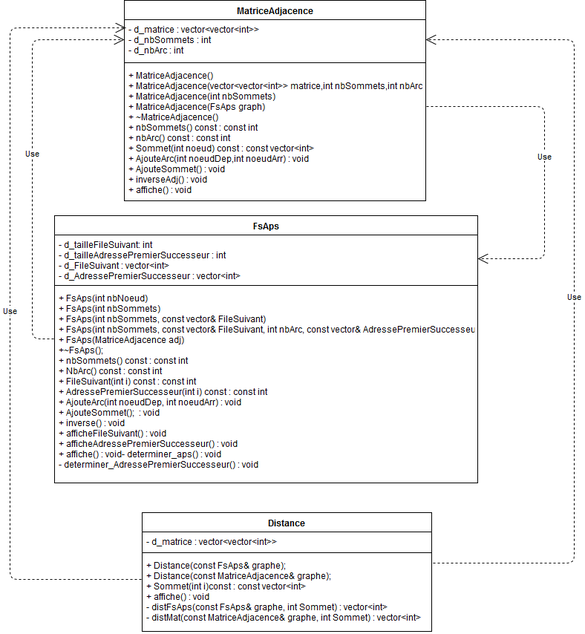
Earlier version of the draw.io export Graphe.png (Capablanca4/Gestion_Graphe). Source tidied: cells renumbered, new cells last; positions are measured from the earlier drawing's top-left corner, leaving out a move shared by most shapes.
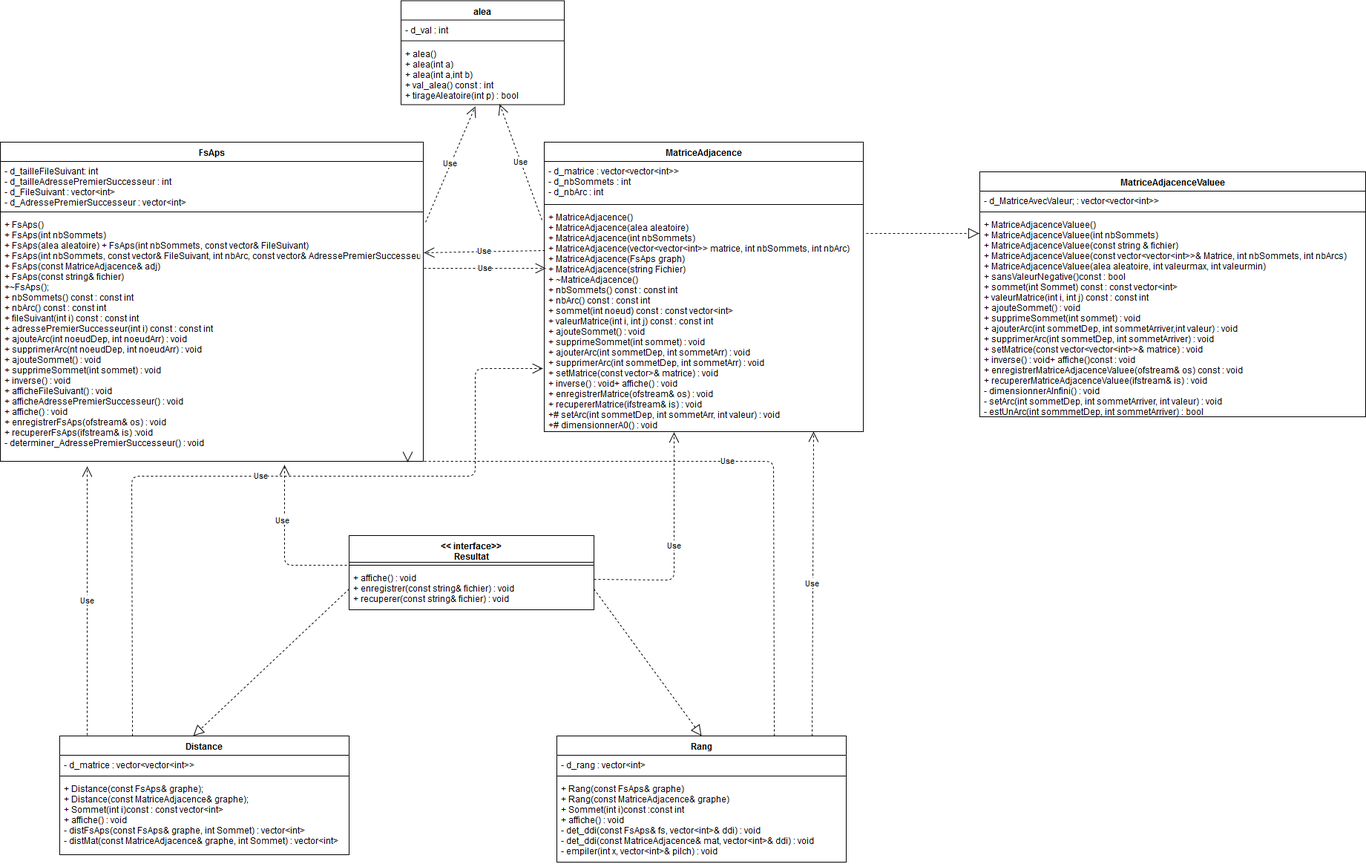
Above is the later version.

Commit message:
Ajout changement UML

Change to the diagram source:
```diff
@@ -3,19 +3,19 @@
     <mxCell id="0" />
     <mxCell id="1" parent="0" />
     <mxCell id="2" value="MatriceAdjacence" style="swimlane;fontStyle=1;align=center;verticalAlign=top;horizontal=1;startSize=26;" parent="1" vertex="1">
-      <mxGeometry x="154" width="406" height="270" as="geometry" />
+      <mxGeometry x="793" y="-30" width="430" height="390" as="geometry" />
     </mxCell>
     <mxCell id="3" value="- d_matrice : vector&lt;vector&lt;int&gt;&gt;&#10;- d_nbSommets : int&#10;- d_nbArc : int&#10;" style="text;strokeColor=none;fillColor=none;align=left;verticalAlign=top;spacingLeft=4;spacingRight=4;overflow=hidden;points=[[0,0.5],[1,0.5]];portConstraint=eastwest;" parent="2" vertex="1">
-      <mxGeometry y="26" width="406" height="54" as="geometry" />
+      <mxGeometry y="26" width="430" height="54" as="geometry" />
     </mxCell>
     <mxCell id="4" style="line;strokeWidth=1;fillColor=none;align=left;verticalAlign=middle;spacingTop=-1;spacingLeft=3;spacingRight=3;labelPosition=right;" parent="2" vertex="1">
-      <mxGeometry y="80" width="406" height="8" as="geometry" />
+      <mxGeometry y="80" width="430" height="8" as="geometry" />
     </mxCell>
-    <mxCell id="5" value="+ MatriceAdjacence()&#10;+ MatriceAdjacence(vector&lt;vector&lt;int&gt;&gt; matrice,int nbSommets,int nbArc)&#10;+ MatriceAdjacence(int nbSommets)&#10;+ MatriceAdjacence(FsAps graph)&#10;+ ~MatriceAdjacence()&#10;+ nbSommets() const :  const int&#10;+ nbArc() const : const int &#10;+ Sommet(int noeud) const : const vector&lt;int&gt;&#10;+ AjouteArc(int noeudDep,int noeudArr) : void&#10;+ AjouteSommet() : void&#10;+ inverseAdj() : void&#10;+ affiche() : void" style="text;strokeColor=none;fillColor=none;align=left;verticalAlign=top;spacingLeft=4;spacingRight=4;overflow=hidden;points=[[0,0.5],[1,0.5]];portConstraint=eastwest;" parent="2" vertex="1">
-      <mxGeometry y="88" width="406" height="182" as="geometry" />
+    <mxCell id="5" value="+ MatriceAdjacence()&#10;+ MatriceAdjacence(alea aleatoire)&#10;+ MatriceAdjacence(int nbSommets)&#10;+ MatriceAdjacence(vector&lt;vector&lt;int&gt;&gt; matrice, int nbSommets, int nbArc)&#10;+ MatriceAdjacence(FsAps graph)&#10;+ MatriceAdjacence(string Fichier)&#10;+ ~MatriceAdjacence()&#10;+ nbSommets() const :  const int&#10;+ nbArc() const : const int &#10;+ sommet(int noeud) const : const vector&lt;int&gt;&#10;+ valeurMatrice(int i, int j) const : const int&#10;+ ajouteSommet() : void&#10; + supprimeSommet(int sommet) : void &#10;+ ajouterArc(int sommetDep, int sommetArr) : void&#10;+ supprimerArc(int sommetDep, int sommetArr) : void&#10;+ setMatrice(const vector&gt;&amp; matrice) : void&#10;+ inverse() : void+ affiche() : void&#10;+ enregistrerMatrice(ofstream&amp; os) : void&#10;+ recupererMatrice(ifstream&amp; is) : void&#10;+# setArc(int sommetDep, int sommetArr, int valeur) : void&#10;+# dimensionnerA0() : void&#10;" style="text;strokeColor=none;fillColor=none;align=left;verticalAlign=top;spacingLeft=4;spacingRight=4;overflow=hidden;points=[[0,0.5],[1,0.5]];portConstraint=eastwest;" parent="2" vertex="1">
+      <mxGeometry y="88" width="430" height="302" as="geometry" />
     </mxCell>
     <mxCell id="6" value="FsAps" style="swimlane;fontStyle=1;align=center;verticalAlign=top;horizontal=1;startSize=26;" parent="1" vertex="1">
-      <mxGeometry x="60" y="290" width="570" height="360" as="geometry" />
+      <mxGeometry x="60" y="-30" width="570" height="430" as="geometry" />
     </mxCell>
     <mxCell id="7" value="- d_tailleFileSuivant: int&#10;- d_tailleAdressePremierSuccesseur : int&#10;- d_FileSuivant : vector&lt;int&gt;&#10;- d_AdressePremierSuccesseur : vector&lt;int&gt;" style="text;strokeColor=none;fillColor=none;align=left;verticalAlign=top;spacingLeft=4;spacingRight=4;overflow=hidden;points=[[0,0.5],[1,0.5]];portConstraint=eastwest;" parent="6" vertex="1">
       <mxGeometry y="26" width="570" height="64" as="geometry" />
@@ -23,11 +23,11 @@
     <mxCell id="8" style="line;strokeWidth=1;fillColor=none;align=left;verticalAlign=middle;spacingTop=-1;spacingLeft=3;spacingRight=3;labelPosition=right;" parent="6" vertex="1">
       <mxGeometry y="90" width="570" height="8" as="geometry" />
     </mxCell>
-    <mxCell id="9" value="+ FsAps(int nbNoeud)&#10;+ FsAps(int nbSommets)       &#10; + FsAps(int nbSommets, const vector&amp; FileSuivant)        &#10;+ FsAps(int nbSommets, const vector&amp; FileSuivant, int nbArc, const vector&amp; AdressePremierSuccesseur)        &#10;+ FsAps(MatriceAdjacence adj)        &#10;+~FsAps();     &#10;+ nbSommets() const : const int&#10; + NbArc() const : const int&#10;+ FileSuivant(int i) const : const int &#10;+ AdressePremierSuccesseur(int i) const : const int&#10;+ AjouteArc(int noeudDep, int noeudArr) : void&#10;+ AjouteSommet();  : void&#10;+ inverse() : void&#10;+ afficheFileSuivant() : void&#10;+ afficheAdressePremierSuccesseur() : void&#10;+ affiche() : void- determiner_aps() :  void&#10;- determiner_AdressePremierSuccesseur() : void&#10;" style="text;strokeColor=none;fillColor=none;align=left;verticalAlign=top;spacingLeft=4;spacingRight=4;overflow=hidden;points=[[0,0.5],[1,0.5]];portConstraint=eastwest;" parent="6" vertex="1">
-      <mxGeometry y="98" width="570" height="262" as="geometry" />
+    <mxCell id="9" value="+ FsAps()&#10;+ FsAps(int nbSommets)&#10;+ FsAps(alea aleatoire) + FsAps(int nbSommets, const vector&amp; FileSuivant)        &#10;+ FsAps(int nbSommets, const vector&amp; FileSuivant, int nbArc, const vector&amp; AdressePremierSuccesseur)        &#10;+ FsAps(const MatriceAdjacence&amp; adj)&#10;+ FsAps(const string&amp; fichier)&#10;+~FsAps();     &#10;+ nbSommets() const : const int&#10;+ nbArc() const : const int&#10;+ fileSuivant(int i) const : const int &#10;+ adressePremierSuccesseur(int i) const : const int&#10;+ ajouteArc(int noeudDep, int noeudArr) : void&#10;+ supprimerArc(nt noeudDep, int noeudArr) : void&#10;+ ajouteSommet() : void&#10;+ supprimeSommet(int sommet) : void&#10;+ inverse() : void&#10;+ afficheFileSuivant() : void&#10;+ afficheAdressePremierSuccesseur() : void&#10;+ affiche() : void&#10;+ enregistrerFsAps(ofstream&amp; os) : void&#10;+ recupererFsAps(ifstream&amp; is) :void &#10;- determiner_AdressePremierSuccesseur() : void&#10;" style="text;strokeColor=none;fillColor=none;align=left;verticalAlign=top;spacingLeft=4;spacingRight=4;overflow=hidden;points=[[0,0.5],[1,0.5]];portConstraint=eastwest;" parent="6" vertex="1">
+      <mxGeometry y="98" width="570" height="332" as="geometry" />
     </mxCell>
     <mxCell id="10" value="Distance" style="swimlane;fontStyle=1;align=center;verticalAlign=top;horizontal=1;startSize=26;" parent="1" vertex="1">
-      <mxGeometry x="178" y="690" width="390" height="160" as="geometry" />
+      <mxGeometry x="140" y="770" width="390" height="160" as="geometry" />
     </mxCell>
     <mxCell id="11" value="- d_matrice : vector&lt;vector&lt;int&gt;&gt;&#10;&#10;" style="text;strokeColor=none;fillColor=none;align=left;verticalAlign=top;spacingLeft=4;spacingRight=4;overflow=hidden;" parent="10" vertex="1">
       <mxGeometry y="26" width="390" height="24" as="geometry" />
@@ -38,38 +38,114 @@
     <mxCell id="13" value="+ Distance(const FsAps&amp; graphe);&#10;+ Distance(const MatriceAdjacence&amp; graphe);&#10;+ Sommet(int i)const : const vector&lt;int&gt;&#10;+ affiche() : void &#10;- distFsAps(const FsAps&amp; graphe, int Sommet) : vector&lt;int&gt;&#10;- distMat(const MatriceAdjacence&amp; graphe, int Sommet) : vector&lt;int&gt;" style="text;strokeColor=none;fillColor=none;align=left;verticalAlign=top;spacingLeft=4;spacingRight=4;overflow=hidden;points=[[0,0.5],[1,0.5]];portConstraint=eastwest;" parent="10" vertex="1">
       <mxGeometry y="58" width="390" height="102" as="geometry" />
     </mxCell>
-    <mxCell id="14" value="Use" style="endArrow=open;endSize=12;dashed=1;html=1;exitX=1.002;exitY=0.302;exitDx=0;exitDy=0;exitPerimeter=0;entryX=1;entryY=0.5;entryDx=0;entryDy=0;" parent="1" edge="1" source="5" target="7">
-      <mxGeometry relative="1" as="geometry">
-        <Array as="points">
-          <mxPoint x="720" y="143" />
-          <mxPoint x="720" y="348" />
-        </Array>
-      </mxGeometry>
-    </mxCell>
-    <mxCell id="15" value="Use" style="endArrow=open;endSize=12;dashed=1;html=1;entryX=0;entryY=0.5;entryDx=0;entryDy=0;exitX=-0.002;exitY=0.26;exitDx=0;exitDy=0;exitPerimeter=0;" parent="1" edge="1" source="9" target="3">
-      <mxGeometry relative="1" as="geometry">
-        <Array as="points">
-          <mxPoint x="30" y="456" />
-          <mxPoint x="30" y="53" />
-        </Array>
-      </mxGeometry>
-    </mxCell>
-    <mxCell id="16" value="Use" style="endArrow=open;endSize=12;dashed=1;html=1;exitX=1.005;exitY=0.098;exitDx=0;exitDy=0;exitPerimeter=0;entryX=1;entryY=0.5;entryDx=0;entryDy=0;" parent="1" edge="1" source="13" target="3">
-      <mxGeometry relative="1" as="geometry">
-        <Array as="points">
-          <mxPoint x="760" y="758" />
-          <mxPoint x="760" y="53" />
-        </Array>
-      </mxGeometry>
-    </mxCell>
-    <mxCell id="17" value="Use" style="endArrow=open;endSize=12;dashed=1;html=1;entryX=0.005;entryY=0.204;entryDx=0;entryDy=0;entryPerimeter=0;" parent="1" edge="1" target="3">
-      <mxGeometry relative="1" as="geometry">
-        <mxPoint x="177" y="780" as="sourcePoint" />
-        <Array as="points">
-          <mxPoint y="780" />
-          <mxPoint y="37" />
-        </Array>
-      </mxGeometry>
-    </mxCell>
+    <mxCell id="18" value="Rang" style="swimlane;fontStyle=1;align=center;verticalAlign=top;horizontal=1;startSize=26;" parent="1" vertex="1">
+      <mxGeometry x="810" y="770" width="390" height="170" as="geometry" />
+    </mxCell>
+    <mxCell id="19" value="- d_rang : vector&lt;int&gt;" style="text;strokeColor=none;fillColor=none;align=left;verticalAlign=top;spacingLeft=4;spacingRight=4;overflow=hidden;" parent="18" vertex="1">
+      <mxGeometry y="26" width="390" height="24" as="geometry" />
+    </mxCell>
+    <mxCell id="20" style="line;strokeWidth=1;fillColor=none;align=left;verticalAlign=middle;spacingTop=-1;spacingLeft=3;spacingRight=3;labelPosition=right;" parent="18" vertex="1">
+      <mxGeometry y="50" width="390" height="8" as="geometry" />
+    </mxCell>
+    <mxCell id="21" value="+ Rang(const FsAps&amp; graphe)&#10;+ Rang(const MatriceAdjacence&amp; graphe)&#10;+ Sommet(int i)const :const int&#10;+ affiche() : void&#10;- det_ddi(const FsAps&amp; fs, vector&lt;int&gt;&amp; ddi) : void&#10;- det_ddi(const MatriceAdjacence&amp; mat, vector&lt;int&gt;&amp; ddi) : void&#10;- empiler(int x, vector&lt;int&gt;&amp; pilch) : void &#10;" style="text;strokeColor=none;fillColor=none;align=left;verticalAlign=top;spacingLeft=4;spacingRight=4;overflow=hidden;" parent="18" vertex="1">
+      <mxGeometry y="58" width="390" height="112" as="geometry" />
+    </mxCell>
+    <mxCell id="22" value="alea" style="swimlane;fontStyle=1;align=center;verticalAlign=top;horizontal=1;startSize=26;" parent="1" vertex="1">
+      <mxGeometry x="600" y="-220.5" width="220" height="140" as="geometry" />
+    </mxCell>
+    <mxCell id="23" value="- d_val : int&#10;&#10;" style="text;strokeColor=none;fillColor=none;align=left;verticalAlign=top;spacingLeft=4;spacingRight=4;overflow=hidden;" parent="22" vertex="1">
+      <mxGeometry y="26" width="220" height="24" as="geometry" />
+    </mxCell>
+    <mxCell id="24" style="line;strokeWidth=1;fillColor=none;align=left;verticalAlign=middle;spacingTop=-1;spacingLeft=3;spacingRight=3;labelPosition=right;" parent="22" vertex="1">
+      <mxGeometry y="50" width="220" height="8" as="geometry" />
+    </mxCell>
+    <mxCell id="25" value="+ alea()&#10;+ alea(int a)&#10;+ alea(int a,int b)&#10;+ val_alea() const : int&#10;+ tirageAleatoire(int p) : bool" style="text;strokeColor=none;fillColor=none;align=left;verticalAlign=top;spacingLeft=4;spacingRight=4;overflow=hidden;points=[[0,0.5],[1,0.5]];portConstraint=eastwest;" parent="22" vertex="1">
+      <mxGeometry y="58" width="220" height="82" as="geometry" />
+    </mxCell>
+    <mxCell id="26" value="&lt;&lt; interface&gt;&gt;&#10;Resultat&#10;" style="swimlane;fontStyle=1;align=center;verticalAlign=top;horizontal=1;startSize=36;" parent="1" vertex="1">
+      <mxGeometry x="530" y="500" width="330" height="100" as="geometry" />
+    </mxCell>
+    <mxCell id="27" style="line;strokeWidth=1;fillColor=none;align=left;verticalAlign=middle;spacingTop=-1;spacingLeft=3;spacingRight=3;labelPosition=right;" parent="26" vertex="1">
+      <mxGeometry y="36" width="330" height="8" as="geometry" />
+    </mxCell>
+    <mxCell id="28" value="+ affiche() : void&#10;+ enregistrer(const string&amp; fichier) : void&#10;+ recuperer(const string&amp; fichier) : void" style="text;strokeColor=none;fillColor=none;align=left;verticalAlign=top;spacingLeft=4;spacingRight=4;overflow=hidden;points=[[0,0.5],[1,0.5]];portConstraint=eastwest;" parent="26" vertex="1">
+      <mxGeometry y="44" width="330" height="56" as="geometry" />
+    </mxCell>
+    <mxCell id="29" value="Use" style="endArrow=open;endSize=12;dashed=1;html=1;entryX=-0.005;entryY=0.717;entryDx=0;entryDy=0;entryPerimeter=0;exitX=0.25;exitY=0;exitDx=0;exitDy=0;" parent="1" edge="1" source="10" target="5">
+      <mxGeometry relative="1" as="geometry">
+        <Array as="points">
+          <mxPoint x="237" y="420" />
+          <mxPoint x="700" y="420" />
+          <mxPoint x="700" y="275" />
+        </Array>
+      </mxGeometry>
+    </mxCell>
+    <mxCell id="30" style="endArrow=block;dashed=1;endFill=0;endSize=12;html=1;exitX=0;exitY=0.5;exitDx=0;exitDy=0;entryX=0.462;entryY=0;entryDx=0;entryDy=0;entryPerimeter=0;" parent="1" edge="1" source="28" target="10">
+      <mxGeometry relative="1" as="geometry" />
+    </mxCell>
+    <mxCell id="31" style="endArrow=block;dashed=1;endFill=0;endSize=12;html=1;exitX=1;exitY=0.5;exitDx=0;exitDy=0;entryX=0.5;entryY=0;entryDx=0;entryDy=0;" parent="1" edge="1" source="28" target="18">
+      <mxGeometry relative="1" as="geometry" />
+    </mxCell>
+    <mxCell id="32" value="Use" style="endArrow=open;endSize=12;dashed=1;html=1;" parent="1" edge="1">
+      <mxGeometry relative="1" as="geometry">
+        <mxPoint x="631" y="140" as="sourcePoint" />
+        <mxPoint x="795" y="140" as="targetPoint" />
+      </mxGeometry>
+    </mxCell>
+    <mxCell id="33" value="Use" style="endArrow=open;endSize=12;dashed=1;html=1;exitX=0.002;exitY=0.192;exitDx=0;exitDy=0;exitPerimeter=0;entryX=1.002;entryY=0.154;entryDx=0;entryDy=0;entryPerimeter=0;" parent="1" edge="1" source="5" target="9">
+      <mxGeometry relative="1" as="geometry" />
+    </mxCell>
+    <mxCell id="34" value="Use" style="endArrow=open;endSize=12;dashed=1;html=1;exitX=0.881;exitY=0.002;exitDx=0;exitDy=0;exitPerimeter=0;entryX=0.844;entryY=1;entryDx=0;entryDy=0;entryPerimeter=0;" parent="1" edge="1" source="18" target="5">
+      <mxGeometry relative="1" as="geometry" />
+    </mxCell>
+    <mxCell id="35" value="Use" style="endArrow=open;endSize=12;dashed=1;html=1;exitX=-0.007;exitY=0.056;exitDx=0;exitDy=0;exitPerimeter=0;entryX=0.605;entryY=0.994;entryDx=0;entryDy=0;entryPerimeter=0;" parent="1" edge="1" source="5" target="25">
+      <mxGeometry relative="1" as="geometry" />
+    </mxCell>
+    <mxCell id="36" value="Use" style="endArrow=open;endSize=12;dashed=1;html=1;exitX=0.75;exitY=0;exitDx=0;exitDy=0;entryX=0.963;entryY=1.004;entryDx=0;entryDy=0;entryPerimeter=0;" parent="1" edge="1" source="18" target="9">
+      <mxGeometry relative="1" as="geometry">
+        <Array as="points">
+          <mxPoint x="1102" y="400" />
+          <mxPoint x="609" y="400" />
+        </Array>
+      </mxGeometry>
+    </mxCell>
+    <mxCell id="37" value="Use" style="endArrow=open;endSize=12;dashed=1;html=1;entryX=0.672;entryY=1.014;entryDx=0;entryDy=0;entryPerimeter=0;" parent="1" edge="1" target="9">
+      <mxGeometry x="0.31" y="3" relative="1" as="geometry">
+        <mxPoint x="527" y="540" as="sourcePoint" />
+        <Array as="points">
+          <mxPoint x="443" y="540" />
+        </Array>
+      </mxGeometry>
+    </mxCell>
+    <mxCell id="38" value="Use" style="endArrow=open;endSize=12;dashed=1;html=1;exitX=0.999;exitY=0.269;exitDx=0;exitDy=0;exitPerimeter=0;entryX=0.407;entryY=1.003;entryDx=0;entryDy=0;entryPerimeter=0;" parent="1" edge="1" source="28" target="5">
+      <mxGeometry relative="1" as="geometry">
+        <Array as="points">
+          <mxPoint x="968" y="560" />
+        </Array>
+      </mxGeometry>
+    </mxCell>
+    <mxCell id="39" value="Use" style="endArrow=open;endSize=12;dashed=1;html=1;exitX=0.095;exitY=-0.005;exitDx=0;exitDy=0;exitPerimeter=0;entryX=0.206;entryY=1.021;entryDx=0;entryDy=0;entryPerimeter=0;" parent="1" edge="1" source="10" target="9">
+      <mxGeometry relative="1" as="geometry" />
+    </mxCell>
+    <mxCell id="40" value="Use" style="endArrow=open;endSize=12;dashed=1;html=1;entryX=0.455;entryY=1.03;entryDx=0;entryDy=0;entryPerimeter=0;exitX=1.005;exitY=0.03;exitDx=0;exitDy=0;exitPerimeter=0;" parent="1" edge="1" source="9" target="25">
+      <mxGeometry relative="1" as="geometry" />
+    </mxCell>
+    <mxCell id="41" value="MatriceAdjacenceValuee" style="swimlane;fontStyle=1;align=center;verticalAlign=top;horizontal=1;startSize=26;" parent="1" vertex="1">
+      <mxGeometry x="1380" y="10" width="520" height="330" as="geometry" />
+    </mxCell>
+    <mxCell id="42" value="- d_MatriceAvecValeur; : vector&lt;vector&lt;int&gt;&gt;&#10;" style="text;strokeColor=none;fillColor=none;align=left;verticalAlign=top;spacingLeft=4;spacingRight=4;overflow=hidden;" parent="41" vertex="1">
+      <mxGeometry y="26" width="520" height="24" as="geometry" />
+    </mxCell>
+    <mxCell id="43" style="line;strokeWidth=1;fillColor=none;align=left;verticalAlign=middle;spacingTop=-1;spacingLeft=3;spacingRight=3;labelPosition=right;" parent="41" vertex="1">
+      <mxGeometry y="50" width="520" height="8" as="geometry" />
+    </mxCell>
+    <mxCell id="44" value="+ MatriceAdjacenceValuee()&#10;+ MatriceAdjacenceValuee(int nbSommets)&#10;+ MatriceAdjacenceValuee(const string &amp; fichier)&#10;+ MatriceAdjacenceValuee(const vector&lt;vector&lt;int&gt;&gt;&amp; Matrice, int nbSommets, int nbArcs)&#10;+ MatriceAdjacenceValuee(alea aleatoire, int valeurmax, int valeurmin)&#10;+ sansValeurNegative()const : bool&#10;+ sommet(int Sommet) const : const vector&lt;int&gt;&#10;+ valeurMatrice(int i, int j) const : const int&#10;+ ajouteSommet() : void&#10;+ supprimeSommet(int sommet) : void&#10;+ ajouterArc(int sommetDep, int sommetArriver,int valeur) : void&#10;+ supprimerArc(int sommetDep, int sommetArriver) : void&#10;+ setMatrice(const vector&lt;vector&lt;int&gt;&gt;&amp; matrice) : void&#10;+ inverse() : void+ affiche()const : void&#10;+ enregistrerMatriceAdjacenceValuee(ofstream&amp; os) const : void&#10;+ recupererMatriceAdjacenceValuee(ifstream&amp; is) : void&#10;- dimensionnerAInfini() : void&#10;- setArc(int sommetDep, int sommetArriver, int valeur) : void&#10;- estUnArc(int sommmetDep, int sommetArriver) : bool" style="text;strokeColor=none;fillColor=none;align=left;verticalAlign=top;spacingLeft=4;spacingRight=4;overflow=hidden;points=[[0,0.5],[1,0.5]];portConstraint=eastwest;" parent="41" vertex="1">
+      <mxGeometry y="58" width="520" height="272" as="geometry" />
+    </mxCell>
+    <mxCell id="45" style="endArrow=block;dashed=1;endFill=0;endSize=12;html=1;entryX=-0.002;entryY=0.092;entryDx=0;entryDy=0;entryPerimeter=0;" parent="1" edge="1" target="44">
+      <mxGeometry relative="1" as="geometry">
+        <mxPoint x="1227" y="93" as="sourcePoint" />
+      </mxGeometry>
+    </mxCell>
   </root>
 </mxGraphModel>
```
